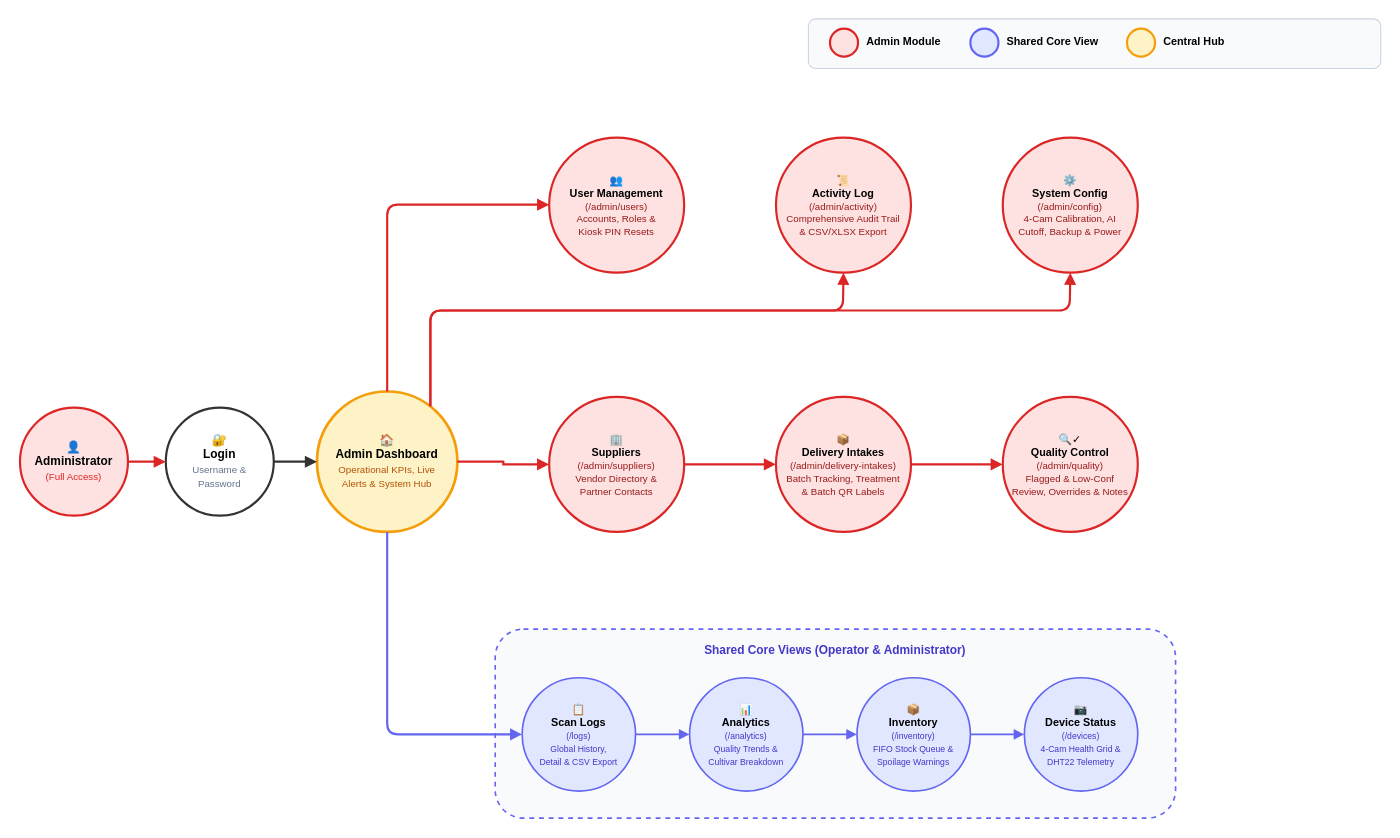
This is docs/bananavision-docs/docs/workflows/workflow_admin.drawio from BlackShark404/BananaVision, a draw.io file, before an edit. Source tidied: cells renumbered, new cells numbered last; positions are measured from the earlier drawing's top-left corner, leaving out a move shared by most shapes. Both pictures are drawn from the tidied source at 108%, with x=0, y=0 at pixel (19, 18).
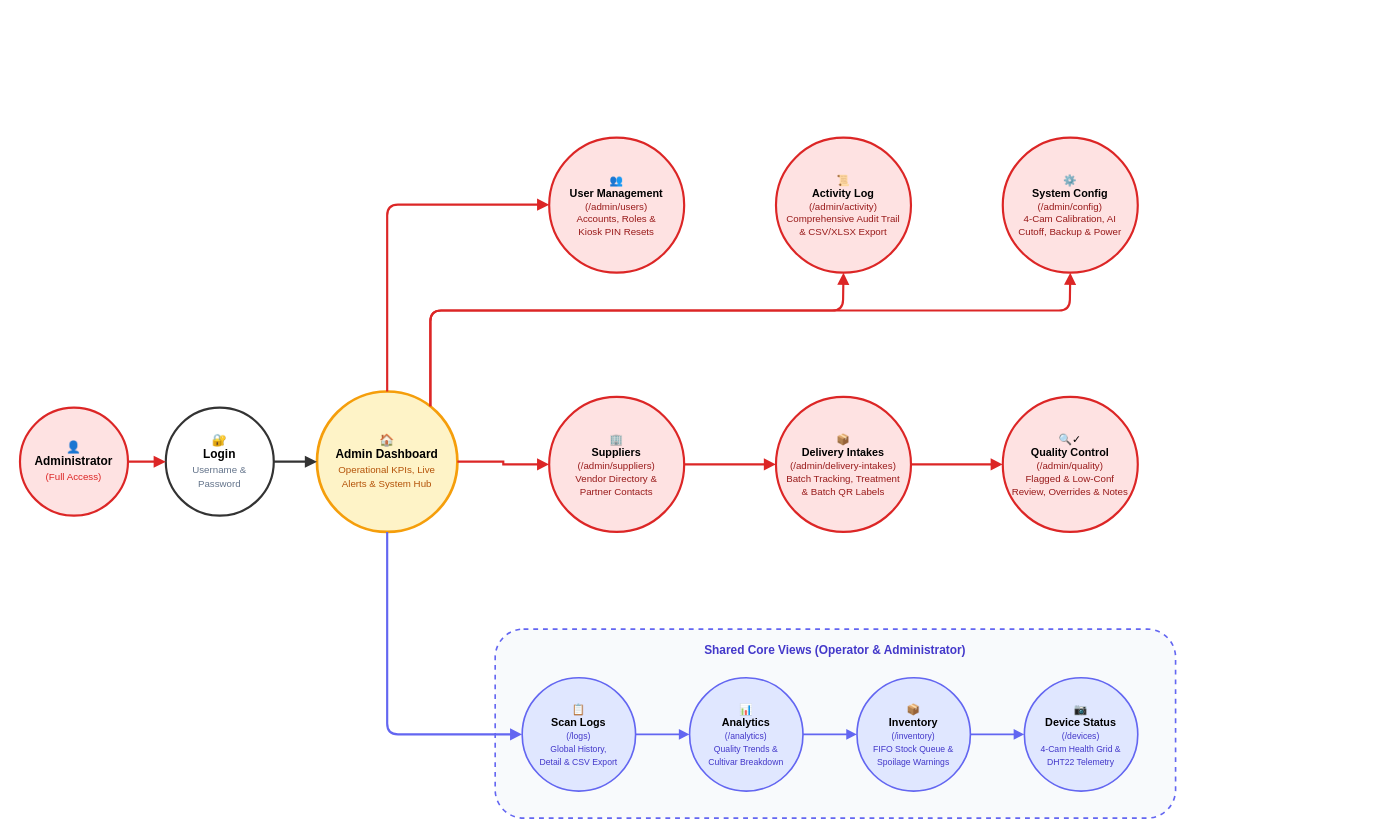
After the change.

Commit message (it also covers changes not shown here):
refactor: remove legend boxes from workflow diagram files

Diff of the diagram source:
```diff
@@
-    <mxCell id="2" style="rounded=1;whiteSpace=wrap;html=1;fillColor=#f8fafc;strokeColor=#cbd5e1;strokeWidth=1;" parent="1" vertex="1">
-      <mxGeometry x="730" width="530" height="46" as="geometry" />
-    </mxCell>
-    <mxCell id="3" style="ellipse;whiteSpace=wrap;html=1;fillColor=#fee2e2;strokeColor=#dc2626;strokeWidth=2;" parent="1" vertex="1">
-      <mxGeometry x="750" y="9" width="26" height="26" as="geometry" />
-    </mxCell>
-    <mxCell id="4" value="&lt;b&gt;Admin Module&lt;/b&gt;" style="text;html=1;align=left;verticalAlign=middle;whiteSpace=wrap;rounded=0;fontSize=10;" parent="1" vertex="1">
-      <mxGeometry x="782" y="8" width="90" height="26" as="geometry" />
-    </mxCell>
-    <mxCell id="5" style="ellipse;whiteSpace=wrap;html=1;fillColor=#e0e7ff;strokeColor=#6366f1;strokeWidth=2;" parent="1" vertex="1">
-      <mxGeometry x="880" y="9" width="26" height="26" as="geometry" />
-    </mxCell>
-    <mxCell id="6" value="&lt;b&gt;Shared Core View&lt;/b&gt;" style="text;html=1;align=left;verticalAlign=middle;whiteSpace=wrap;rounded=0;fontSize=10;" parent="1" vertex="1">
-      <mxGeometry x="912" y="8" width="100" height="26" as="geometry" />
-    </mxCell>
-    <mxCell id="7" style="ellipse;whiteSpace=wrap;html=1;fillColor=#fef3c7;strokeColor=#f59e0b;strokeWidth=2;" parent="1" vertex="1">
-      <mxGeometry x="1025" y="9" width="26" height="26" as="geometry" />
-    </mxCell>
-    <mxCell id="8" value="&lt;b&gt;Central Hub&lt;/b&gt;" style="text;html=1;align=left;verticalAlign=middle;whiteSpace=wrap;rounded=0;fontSize=10;" parent="1" vertex="1">
-      <mxGeometry x="1057" y="8" width="75" height="26" as="geometry" />
-    </mxCell>
```
